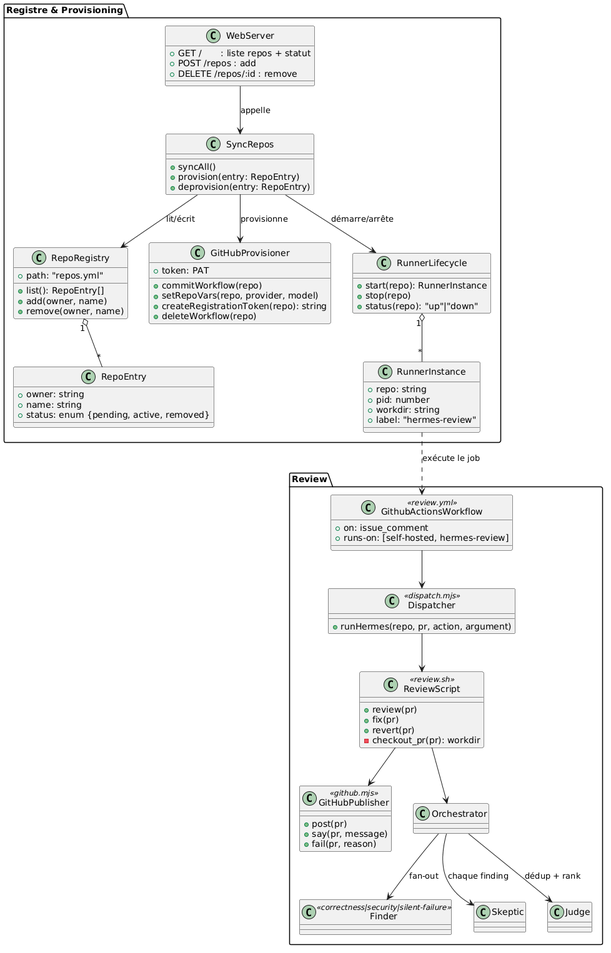
Earlier version of the PlantUML export docs/uml/class_diagram.png (davidaddi/digiteka-pr-autoreview). Its diagram source:
```plantuml
@startuml
package "Registre & Provisioning" {
  class RepoRegistry {
    +path: "repos.yml"
    +list(): RepoEntry[]
    +add(owner, name)
    +remove(owner, name)
  }

  class RepoEntry {
    +owner: string
    +name: string
    +status: enum {pending, active, removed}
  }

  class SyncRepos {
    +syncAll()
    +provision(entry: RepoEntry)
    +deprovision(entry: RepoEntry)
  }

  class GitHubProvisioner {
    +token: PAT
    +commitWorkflow(repo)
    +setRepoVars(repo, provider, model)
    +createRegistrationToken(repo): string
    +deleteWorkflow(repo)
  }

  class RunnerLifecycle {
    +start(repo): RunnerInstance
    +stop(repo)
    +status(repo): "up"|"down"
  }

  class RunnerInstance {
    +repo: string
    +pid: number
    +workdir: string
    +label: "hermes-review"
  }

  class WebServer {
    +GET /       : liste repos + statut
    +POST /repos : add
    +DELETE /repos/:id : remove
  }
}

package "Review" {
  class GithubActionsWorkflow <<review.yml>> {
    +on: issue_comment
    +runs-on: [self-hosted, hermes-review]
  }

  class Dispatcher <<dispatch.mjs>> {
    +runHermes(repo, pr, action, argument)
  }

  class ReviewScript <<review.sh>> {
    +review(pr)
    +fix(pr)
    +revert(pr)
    -checkout_pr(pr): workdir
  }

  class GitHubPublisher <<github.mjs>> {
    +post(pr)
    +say(pr, message)
    +fail(pr, reason)
  }

  class Orchestrator
  class Finder <<correctness|security|silent-failure>>
  class Skeptic
  class Judge
}

RepoRegistry "1" o-- "*" RepoEntry
WebServer --> SyncRepos : appelle
SyncRepos --> RepoRegistry : lit/écrit
SyncRepos --> GitHubProvisioner : provisionne
SyncRepos --> RunnerLifecycle : démarre/arrête
RunnerLifecycle "1" o-- "*" RunnerInstance

RunnerInstance ..> GithubActionsWorkflow : exécute le job
GithubActionsWorkflow --> Dispatcher
Dispatcher --> ReviewScript
ReviewScript --> Orchestrator
Orchestrator --> Finder : fan-out
Orchestrator --> Skeptic : chaque finding
Orchestrator --> Judge : dédup + rank
ReviewScript --> GitHubPublisher
@enduml
```
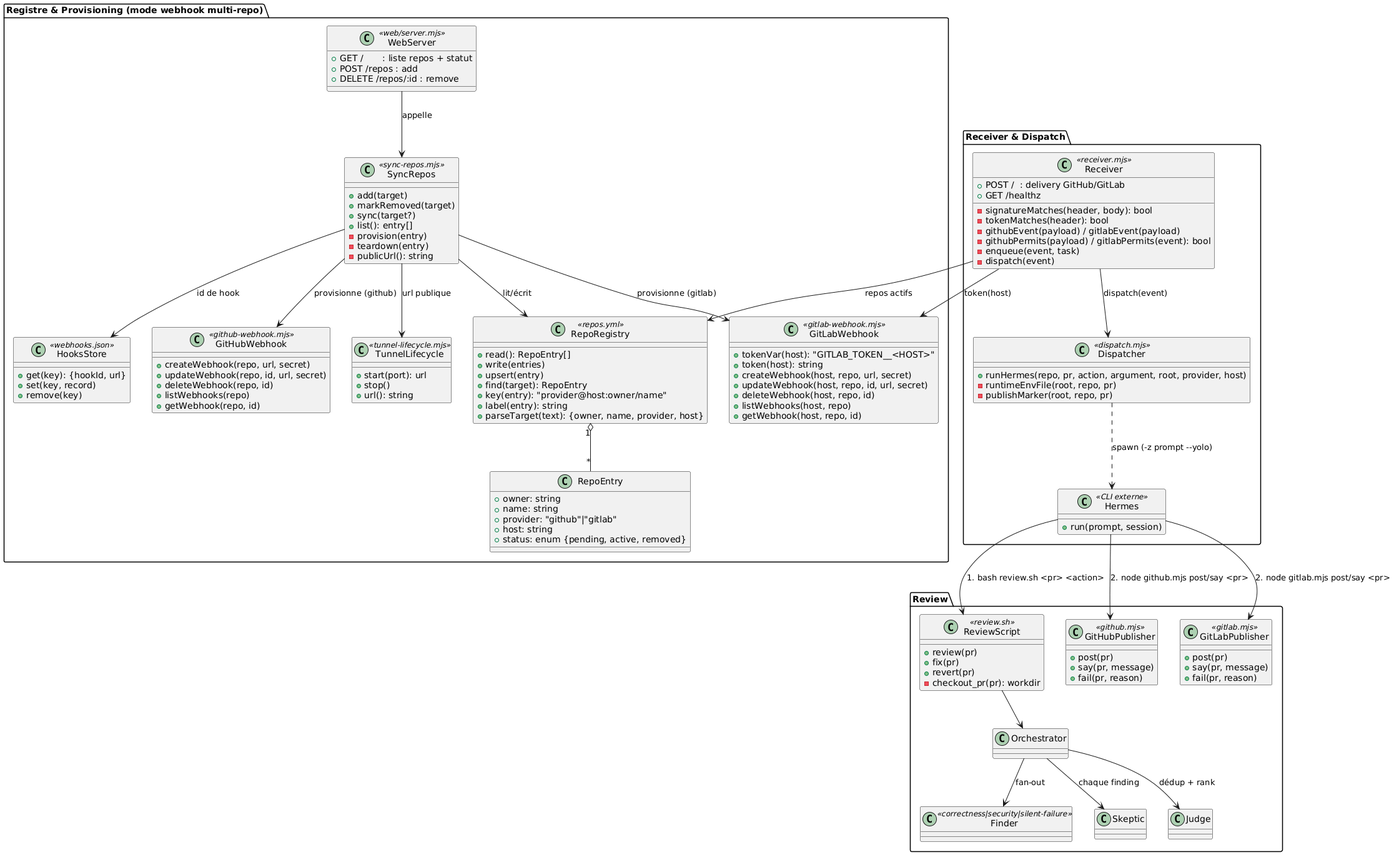
The same file after the commit.

What changed in the source:
```diff
@@ -1,62 +1,94 @@
 @startuml
-package "Registre & Provisioning" {
-  class RepoRegistry {
-    +path: "repos.yml"
-    +list(): RepoEntry[]
-    +add(owner, name)
-    +remove(owner, name)
+package "Registre & Provisioning (mode webhook multi-repo)" {
+  class RepoRegistry <<repos.yml>> {
+    +read(): RepoEntry[]
+    +write(entries)
+    +upsert(entry)
+    +find(target): RepoEntry
+    +key(entry): "provider@host:owner/name"
+    +label(entry): string
+    +parseTarget(text): {owner, name, provider, host}
   }
 
   class RepoEntry {
     +owner: string
     +name: string
+    +provider: "github"|"gitlab"
+    +host: string
     +status: enum {pending, active, removed}
   }
 
-  class SyncRepos {
-    +syncAll()
-    +provision(entry: RepoEntry)
-    +deprovision(entry: RepoEntry)
+  class HooksStore <<webhooks.json>> {
+    +get(key): {hookId, url}
+    +set(key, record)
+    +remove(key)
   }
 
-  class GitHubProvisioner {
-    +token: PAT
-    +commitWorkflow(repo)
-    +setRepoVars(repo, provider, model)
-    +createRegistrationToken(repo): string
-    +deleteWorkflow(repo)
+  class SyncRepos <<sync-repos.mjs>> {
+    +add(target)
+    +markRemoved(target)
+    +sync(target?)
+    +list(): entry[]
+    -provision(entry)
+    -teardown(entry)
+    -publicUrl(): string
   }
 
-  class RunnerLifecycle {
-    +start(repo): RunnerInstance
-    +stop(repo)
-    +status(repo): "up"|"down"
+  class GitHubWebhook <<github-webhook.mjs>> {
+    +createWebhook(repo, url, secret)
+    +updateWebhook(repo, id, url, secret)
+    +deleteWebhook(repo, id)
+    +listWebhooks(repo)
+    +getWebhook(repo, id)
   }
 
-  class RunnerInstance {
-    +repo: string
-    +pid: number
-    +workdir: string
-    +label: "hermes-review"
+  class GitLabWebhook <<gitlab-webhook.mjs>> {
+    +tokenVar(host): "GITLAB_TOKEN__<HOST>"
+    +token(host): string
+    +createWebhook(host, repo, url, secret)
+    +updateWebhook(host, repo, id, url, secret)
+    +deleteWebhook(host, repo, id)
+    +listWebhooks(host, repo)
+    +getWebhook(host, repo, id)
   }
 
-  class WebServer {
+  class TunnelLifecycle <<tunnel-lifecycle.mjs>> {
+    +start(port): url
+    +stop()
+    +url(): string
+  }
+
+  class WebServer <<web/server.mjs>> {
     +GET /       : liste repos + statut
     +POST /repos : add
     +DELETE /repos/:id : remove
   }
 }
 
-package "Review" {
-  class GithubActionsWorkflow <<review.yml>> {
-    +on: issue_comment
-    +runs-on: [self-hosted, hermes-review]
+package "Receiver & Dispatch" {
+  class Receiver <<receiver.mjs>> {
+    +POST /  : delivery GitHub/GitLab
+    +GET /healthz
+    -signatureMatches(header, body): bool
+    -tokenMatches(header): bool
+    -githubEvent(payload) / gitlabEvent(payload)
+    -githubPermits(payload) / gitlabPermits(event): bool
+    -enqueue(event, task)
+    -dispatch(event)
   }
 
   class Dispatcher <<dispatch.mjs>> {
-    +runHermes(repo, pr, action, argument)
+    +runHermes(repo, pr, action, argument, root, provider, host)
+    -runtimeEnvFile(root, repo, pr)
+    -publishMarker(root, repo, pr)
   }
 
+  class Hermes <<CLI externe>> {
+    +run(prompt, session)
+  }
+}
+
+package "Review" {
   class ReviewScript <<review.sh>> {
     +review(pr)
     +fix(pr)
@@ -64,31 +96,42 @@
     -checkout_pr(pr): workdir
   }
 
+  class Orchestrator
+  class Finder <<correctness|security|silent-failure>>
+  class Skeptic
+  class Judge
+
   class GitHubPublisher <<github.mjs>> {
     +post(pr)
     +say(pr, message)
     +fail(pr, reason)
   }
 
-  class Orchestrator
-  class Finder <<correctness|security|silent-failure>>
-  class Skeptic
-  class Judge
+  class GitLabPublisher <<gitlab.mjs>> {
+    +post(pr)
+    +say(pr, message)
+    +fail(pr, reason)
+  }
 }
 
 RepoRegistry "1" o-- "*" RepoEntry
+SyncRepos --> RepoRegistry : lit/écrit
+SyncRepos --> HooksStore : id de hook
+SyncRepos --> GitHubWebhook : provisionne (github)
+SyncRepos --> GitLabWebhook : provisionne (gitlab)
+SyncRepos --> TunnelLifecycle : url publique
 WebServer --> SyncRepos : appelle
-SyncRepos --> RepoRegistry : lit/écrit
-SyncRepos --> GitHubProvisioner : provisionne
-SyncRepos --> RunnerLifecycle : démarre/arrête
-RunnerLifecycle "1" o-- "*" RunnerInstance
 
-RunnerInstance ..> GithubActionsWorkflow : exécute le job
-GithubActionsWorkflow --> Dispatcher
-Dispatcher --> ReviewScript
+Receiver --> RepoRegistry : repos actifs
+Receiver --> GitLabWebhook : token(host)
+Receiver --> Dispatcher : dispatch(event)
+Dispatcher ..> Hermes : spawn (-z prompt --yolo)
+Hermes --> ReviewScript : "1. bash review.sh <pr> <action>"
+Hermes --> GitHubPublisher : "2. node github.mjs post/say <pr>"
+Hermes --> GitLabPublisher : "2. node gitlab.mjs post/say <pr>"
+
 ReviewScript --> Orchestrator
 Orchestrator --> Finder : fan-out
 Orchestrator --> Skeptic : chaque finding
 Orchestrator --> Judge : dédup + rank
-ReviewScript --> GitHubPublisher
 @enduml
```
